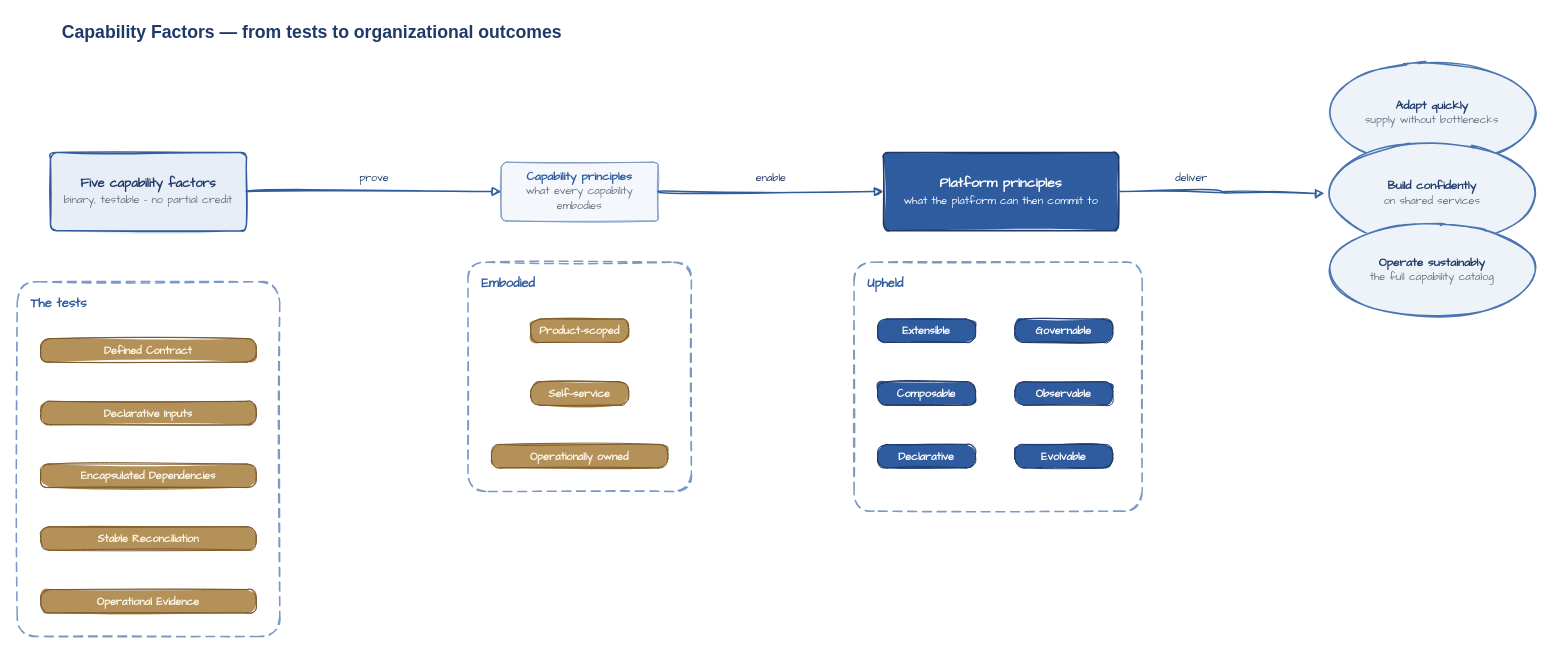
The draw.io diagram diagrams/factors-overview.drawio in missBerg/platform-capabilities, before the edit. Source tidied: cells renumbered, new cells numbered last; positions are measured from the earlier drawing's top-left corner, leaving out a move shared by most shapes. Both pictures are drawn from the tidied source at 98%, with x=0, y=0 at pixel (17, 17).
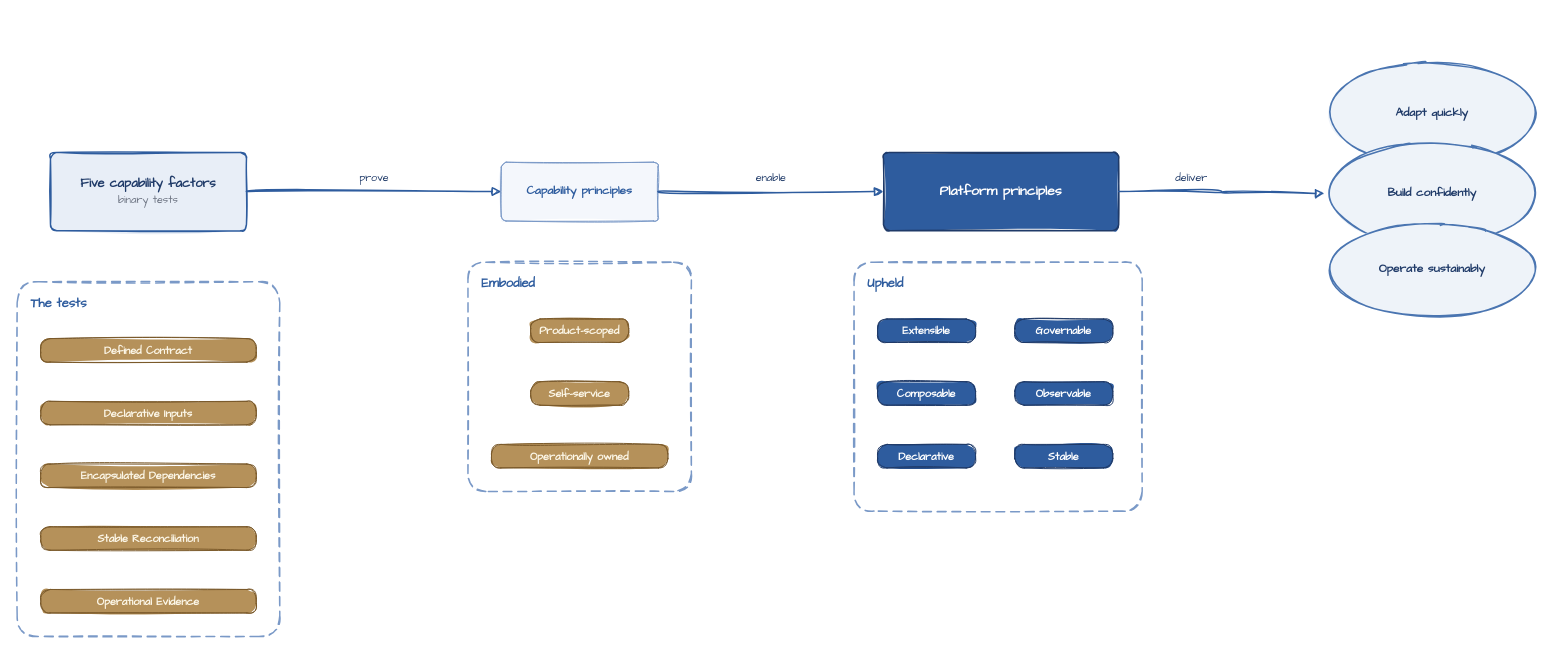
The same page after the edit.

The edit, as a diff of the source:
```diff
@@
-    <mxCell id="2" value="Capability Factors — from tests to organizational outcomes" style="text;html=1;align=left;verticalAlign=middle;whiteSpace=wrap;rounded=0;fontColor=#1F3A68;fontFamily=Helvetica;fontSize=18;fontStyle=1;spacingLeft=4;" parent="1" vertex="1">
-      <mxGeometry x="40" width="760" height="32" as="geometry" />
-    </mxCell>
@@
-    <mxCell id="6" value="&lt;b&gt;Five capability factors&lt;/b&gt;&lt;br&gt;&lt;font style=&quot;font-size: 11px&quot; color=&quot;#6B7280&quot;&gt;binary, testable - no partial credit&lt;/font&gt;" style="rounded=1;whiteSpace=wrap;html=1;arcSize=8;fillColor=#E8EEF7;strokeColor=#2E5C9E;strokeWidth=1.5;fontColor=#1F3A68;fontFamily=Comic Sans MS;fontSize=13;align=center;verticalAlign=middle;shadow=0;sketch=1;fillStyle=solid;" parent="1" vertex="1">
+    <mxCell id="6" value="&lt;b&gt;Five capability factors&lt;/b&gt;&lt;br&gt;&lt;font style=&quot;font-size: 11px&quot; color=&quot;#6B7280&quot;&gt;binary tests&lt;/font&gt;" style="rounded=1;whiteSpace=wrap;html=1;arcSize=8;fillColor=#E8EEF7;strokeColor=#2E5C9E;strokeWidth=1.5;fontColor=#1F3A68;fontFamily=Comic Sans MS;fontSize=13;align=center;verticalAlign=middle;shadow=0;sketch=1;fillStyle=solid;" parent="1" vertex="1">
       <mxGeometry x="34" y="138" width="200" height="80" as="geometry" />
     </mxCell>
@@
-    <mxCell id="12" value="&lt;b&gt;Capability principles&lt;/b&gt;&lt;br&gt;&lt;font style=&quot;font-size: 11px&quot; color=&quot;#6B7280&quot;&gt;what every capability embodies&lt;/font&gt;" style="rounded=1;whiteSpace=wrap;html=1;arcSize=8;fillColor=#F4F7FC;strokeColor=#7A99C7;strokeWidth=1;fontColor=#2E5C9E;fontFamily=Comic Sans MS;fontSize=12;align=center;verticalAlign=middle;shadow=0;sketch=1;fillStyle=solid;" parent="1" vertex="1">
+    <mxCell id="12" value="&lt;b&gt;Capability principles&lt;/b&gt;" style="rounded=1;whiteSpace=wrap;html=1;arcSize=8;fillColor=#F4F7FC;strokeColor=#7A99C7;strokeWidth=1;fontColor=#2E5C9E;fontFamily=Comic Sans MS;fontSize=12;align=center;verticalAlign=middle;shadow=0;sketch=1;fillStyle=solid;" parent="1" vertex="1">
       <mxGeometry x="494" y="148" width="160" height="60" as="geometry" />
     </mxCell>
@@
-    <mxCell id="16" value="&lt;font style=&quot;color: rgb(255, 255, 255);&quot;&gt;&lt;b&gt;Platform principles&lt;/b&gt;&lt;br&gt;&lt;font style=&quot;font-size: 11px;&quot;&gt;what the platform can then commit to&lt;/font&gt;&lt;/font&gt;" style="rounded=1;whiteSpace=wrap;html=1;arcSize=8;fillColor=#2E5C9E;strokeColor=#1F3A68;strokeWidth=1.5;fontColor=#FFFFFF;fontFamily=Comic Sans MS;fontSize=14;align=center;verticalAlign=middle;shadow=0;sketch=1;fillStyle=solid;" parent="1" vertex="1">
+    <mxCell id="16" value="&lt;font style=&quot;color: rgb(255, 255, 255);&quot;&gt;&lt;b&gt;Platform principles&lt;/b&gt;" style="rounded=1;whiteSpace=wrap;html=1;arcSize=8;fillColor=#2E5C9E;strokeColor=#1F3A68;strokeWidth=1.5;fontColor=#FFFFFF;fontFamily=Comic Sans MS;fontSize=14;align=center;verticalAlign=middle;shadow=0;sketch=1;fillStyle=solid;" parent="1" vertex="1">
       <mxGeometry x="884" y="138" width="240" height="80" as="geometry" />
     </mxCell>
@@
-    <mxCell id="22" value="Evolvable" style="rounded=1;whiteSpace=wrap;html=1;arcSize=40;fillColor=#2E5C9E;strokeColor=#1F3A68;strokeWidth=1;fontColor=#FFFFFF;fontFamily=Comic Sans MS;fontSize=11;fontStyle=1;align=center;verticalAlign=middle;shadow=0;sketch=1;fillStyle=solid;" parent="1" vertex="1">
+    <mxCell id="22" value="Stable" style="rounded=1;whiteSpace=wrap;html=1;arcSize=40;fillColor=#2E5C9E;strokeColor=#1F3A68;strokeWidth=1;fontColor=#FFFFFF;fontFamily=Comic Sans MS;fontSize=11;fontStyle=1;align=center;verticalAlign=middle;shadow=0;sketch=1;fillStyle=solid;" parent="1" vertex="1">
       <mxGeometry x="1018" y="436" width="100" height="24" as="geometry" />
     </mxCell>
-    <mxCell id="23" value="&lt;b&gt;Adapt quickly&lt;/b&gt;&lt;br&gt;&lt;font style=&quot;font-size: 11px&quot; color=&quot;#6B7280&quot;&gt;supply without bottlenecks&lt;/font&gt;" style="ellipse;whiteSpace=wrap;html=1;fillColor=#EEF3F9;strokeColor=#4A75B1;strokeWidth=1.5;fontColor=#1F3A68;fontFamily=Comic Sans MS;fontSize=12;align=center;verticalAlign=middle;shadow=0;sketch=1;fillStyle=solid;" parent="1" vertex="1">
+    <mxCell id="23" value="&lt;b&gt;Adapt quickly&lt;/b&gt;" style="ellipse;whiteSpace=wrap;html=1;fillColor=#EEF3F9;strokeColor=#4A75B1;strokeWidth=1.5;fontColor=#1F3A68;fontFamily=Comic Sans MS;fontSize=12;align=center;verticalAlign=middle;shadow=0;sketch=1;fillStyle=solid;" parent="1" vertex="1">
       <mxGeometry x="1334" y="48" width="220" height="100" as="geometry" />
     </mxCell>
-    <mxCell id="24" value="&lt;b&gt;Build confidently&lt;/b&gt;&lt;br&gt;&lt;font style=&quot;font-size: 11px&quot; color=&quot;#6B7280&quot;&gt;on shared services&lt;/font&gt;" style="ellipse;whiteSpace=wrap;html=1;fillColor=#EEF3F9;strokeColor=#4A75B1;strokeWidth=1.5;fontColor=#1F3A68;fontFamily=Comic Sans MS;fontSize=12;align=center;verticalAlign=middle;shadow=0;sketch=1;fillStyle=solid;" parent="1" vertex="1">
+    <mxCell id="24" value="&lt;b&gt;Build confidently&lt;/b&gt;" style="ellipse;whiteSpace=wrap;html=1;fillColor=#EEF3F9;strokeColor=#4A75B1;strokeWidth=1.5;fontColor=#1F3A68;fontFamily=Comic Sans MS;fontSize=12;align=center;verticalAlign=middle;shadow=0;sketch=1;fillStyle=solid;" parent="1" vertex="1">
       <mxGeometry x="1334" y="130" width="220" height="100" as="geometry" />
     </mxCell>
-    <mxCell id="25" value="&lt;b&gt;Operate sustainably&lt;/b&gt;&lt;br&gt;&lt;font style=&quot;font-size: 11px&quot; color=&quot;#6B7280&quot;&gt;the full capability catalog&lt;/font&gt;" style="ellipse;whiteSpace=wrap;html=1;fillColor=#EEF3F9;strokeColor=#4A75B1;strokeWidth=1.5;fontColor=#1F3A68;fontFamily=Comic Sans MS;fontSize=12;align=center;verticalAlign=middle;shadow=0;sketch=1;fillStyle=solid;" parent="1" vertex="1">
+    <mxCell id="25" value="&lt;b&gt;Operate sustainably&lt;/b&gt;" style="ellipse;whiteSpace=wrap;html=1;fillColor=#EEF3F9;strokeColor=#4A75B1;strokeWidth=1.5;fontColor=#1F3A68;fontFamily=Comic Sans MS;fontSize=12;align=center;verticalAlign=middle;shadow=0;sketch=1;fillStyle=solid;" parent="1" vertex="1">
       <mxGeometry x="1334" y="208" width="220" height="100" as="geometry" />
     </mxCell>
```
